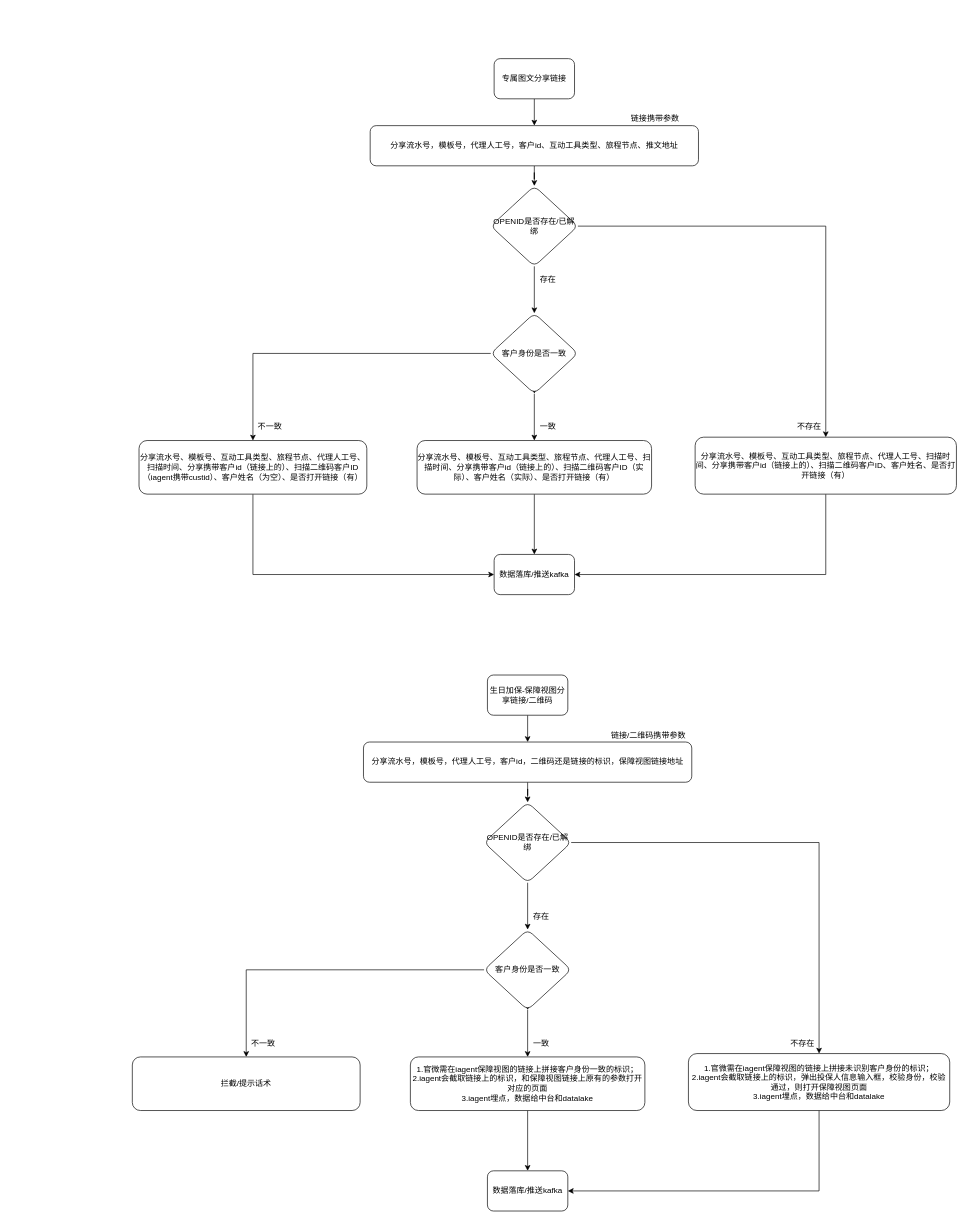
The draw.io diagram page "互动工具客户记录埋点" (2 of 2) of Untitled Diagram.drawio in GaoAng-HRERS/diagram, before the edit. Source tidied: cells renumbered, new cells numbered last; positions are measured from the earlier drawing's top-left corner, leaving out a move shared by most shapes. Both pictures are drawn from the tidied source at 67%, with x=0, y=0 at pixel (132, 58).
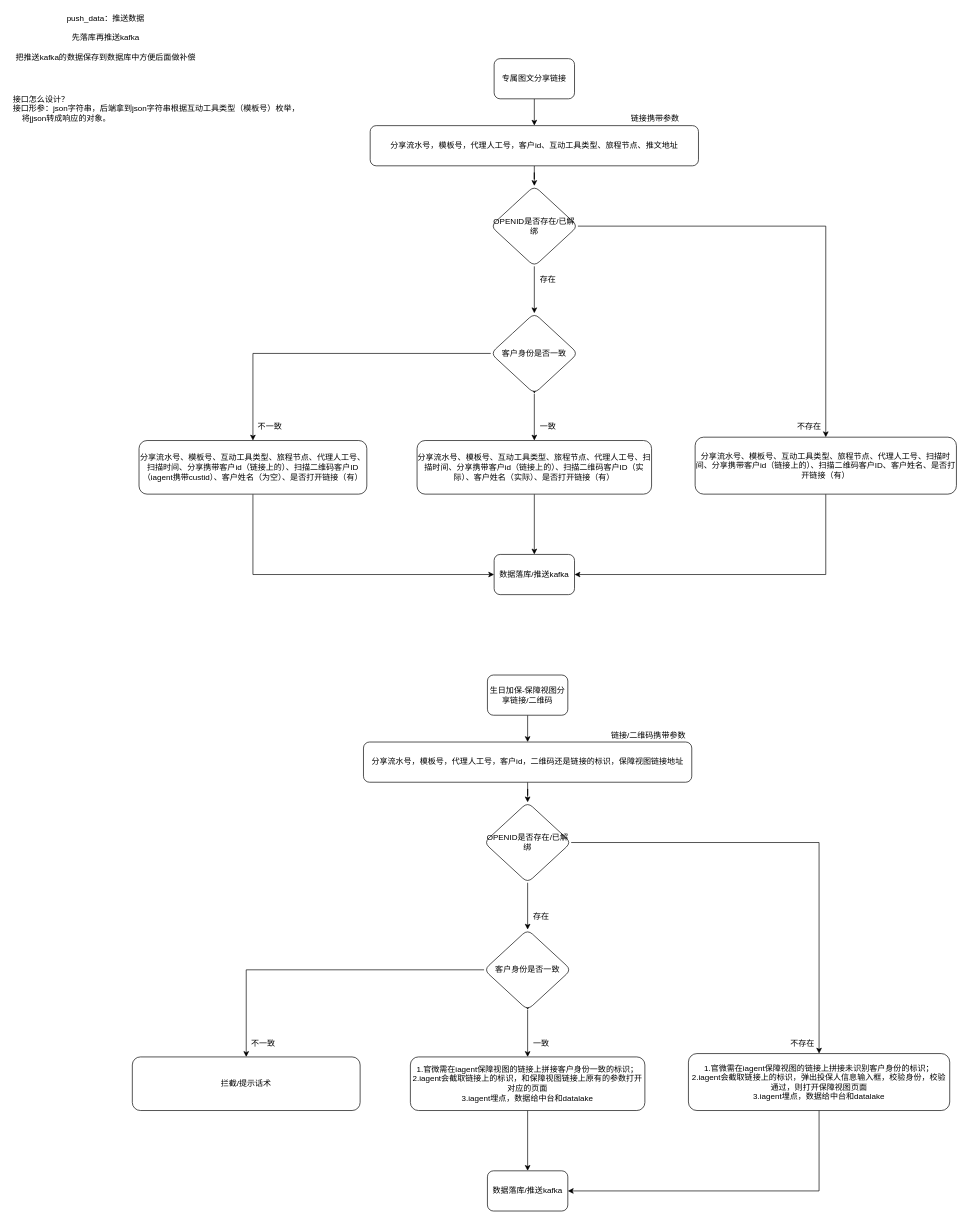
After the change.

What changed in the source:
```diff
@@
+    <mxCell id="47" value="push_data：推送数据&lt;br&gt;&lt;br&gt;先落库再推送kafka&lt;br&gt;&lt;br&gt;把推送kafka的数据保存到数据库中方便后面做补偿&lt;br&gt;&lt;br&gt;&lt;br&gt;&lt;br&gt;" style="text;html=1;align=center;verticalAlign=middle;strokeColor=none;fillColor=none;" parent="1" vertex="1">
+      <mxGeometry x="-180" y="-70" width="280" height="120" as="geometry" />
+    </mxCell>
+    <mxCell id="48" value="接口怎么设计？&lt;br&gt;接口形参：json字符串，后端拿到json字符串根据互动工具类型（模板号）枚举，&lt;br&gt;&lt;span style=&quot;white-space: pre&quot;&gt; &lt;/span&gt;&lt;span style=&quot;white-space: pre&quot;&gt; &lt;/span&gt;&amp;nbsp; 将jjson转成响应的对象。" style="text;html=1;align=left;verticalAlign=middle;strokeColor=none;fillColor=none;" parent="1" vertex="1">
+      <mxGeometry x="-180" y="50" width="440" height="50" as="geometry" />
+    </mxCell>
```
